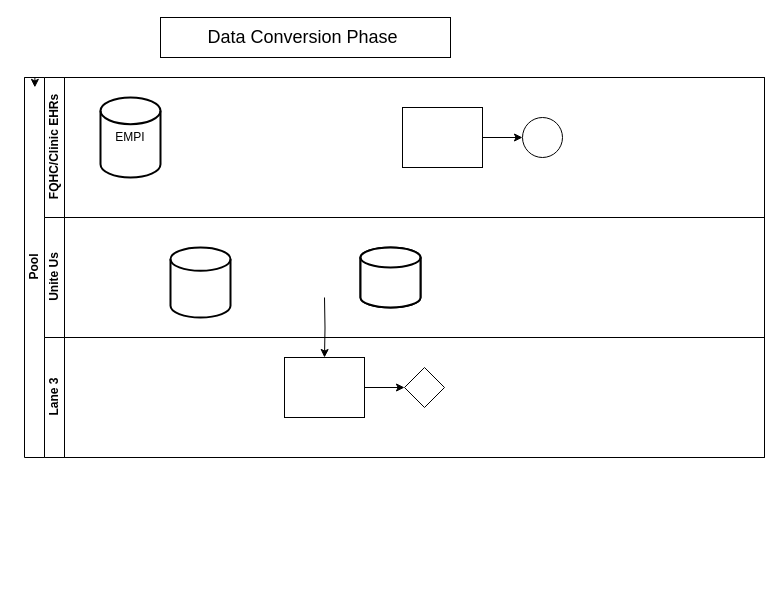
This is Untitled Diagram.drawio from 4SaferVC/SaferRepo, a draw.io file, before an edit. Source tidied: cells renumbered, new cells numbered last; positions are measured from the earlier drawing's top-left corner, leaving out a move shared by most shapes. Both pictures are drawn from the tidied source at 100%, with x=0, y=0 at pixel (24, 17).
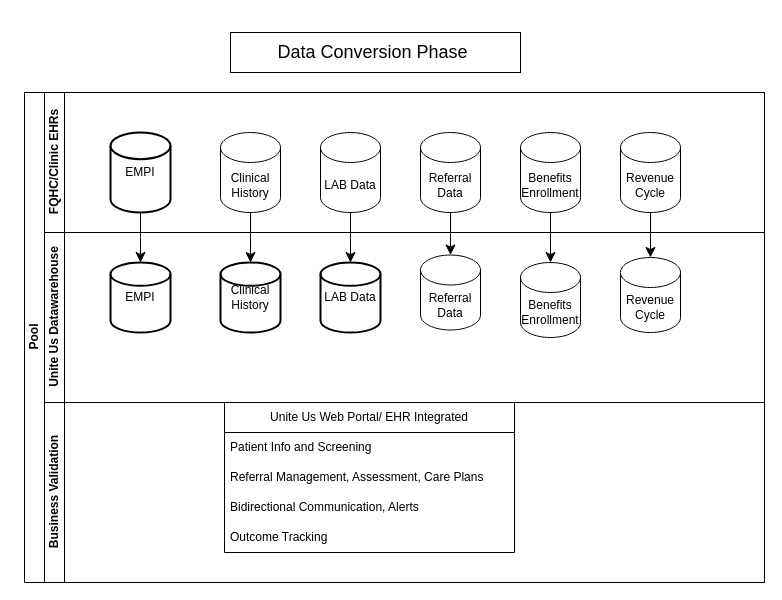
After the change.

The edit, as a diff of the source:
```diff
@@
-    <mxCell id="2" value="Pool" style="swimlane;html=1;horizontal=0;startSize=20;" parent="1" vertex="1">
-      <mxGeometry y="60" width="740" height="380" as="geometry" />
+    <mxCell id="2" value="Pool" style="swimlane;html=1;horizontal=0;startSize=20;flipV=1;" parent="1" vertex="1">
+      <mxGeometry y="75" width="740" height="490" as="geometry" />
     </mxCell>
-    <mxCell id="3" style="edgeStyle=orthogonalEdgeStyle;rounded=0;jettySize=auto;html=1;endArrow=classic;endFill=1;" parent="2" edge="1" target="13">
-      <mxGeometry relative="1" as="geometry">
-        <mxPoint x="300" y="220" as="sourcePoint" />
-      </mxGeometry>
-    </mxCell>
-    <mxCell id="4" value="FQHC/Clinic EHRs" style="swimlane;html=1;startSize=20;horizontal=0;" parent="2" vertex="1">
+    <mxCell id="4" value="FQHC/Clinic EHRs" style="swimlane;html=1;startSize=20;horizontal=0;flipV=1;" parent="2" vertex="1">
       <mxGeometry x="20" width="720" height="140" as="geometry" />
     </mxCell>
-    <mxCell id="5" style="edgeStyle=orthogonalEdgeStyle;rounded=0;jettySize=auto;html=1;endArrow=classic;endFill=1;" parent="4" edge="1" source="6" target="7">
-      <mxGeometry relative="1" as="geometry" />
-    </mxCell>
-    <mxCell id="6" style="rounded=0;whiteSpace=wrap;html=1;fontFamily=Helvetica;fontSize=12;fontColor=#000000;align=center;" parent="4" vertex="1">
-      <mxGeometry x="358" y="30" width="80" height="60" as="geometry" />
-    </mxCell>
-    <mxCell id="7" style="ellipse;whiteSpace=wrap;html=1;" parent="4" vertex="1">
-      <mxGeometry x="478" y="40" width="40" height="40" as="geometry" />
-    </mxCell>
     <mxCell id="8" value="EMPI" style="strokeWidth=2;html=1;shape=mxgraph.flowchart.database;whiteSpace=wrap;" parent="4" vertex="1">
-      <mxGeometry x="56" y="20" width="60" height="80" as="geometry" />
+      <mxGeometry x="66" y="40" width="60" height="80" as="geometry" />
     </mxCell>
+    <mxCell id="19" value="Clinical History" style="shape=cylinder3;whiteSpace=wrap;html=1;boundedLbl=1;backgroundOutline=1;size=15;" parent="4" vertex="1">
+      <mxGeometry x="176" y="40" width="60" height="80" as="geometry" />
+    </mxCell>
+    <mxCell id="20" value="LAB Data" style="shape=cylinder3;whiteSpace=wrap;html=1;boundedLbl=1;backgroundOutline=1;size=15;" parent="4" vertex="1">
+      <mxGeometry x="276" y="40" width="60" height="80" as="geometry" />
+    </mxCell>
+    <mxCell id="21" value="Referral Data" style="shape=cylinder3;whiteSpace=wrap;html=1;boundedLbl=1;backgroundOutline=1;size=15;" parent="4" vertex="1">
+      <mxGeometry x="376" y="40" width="60" height="80" as="geometry" />
+    </mxCell>
+    <mxCell id="22" value="Benefits&lt;div&gt;Enrollment&lt;/div&gt;" style="shape=cylinder3;whiteSpace=wrap;html=1;boundedLbl=1;backgroundOutline=1;size=15;" parent="4" vertex="1">
+      <mxGeometry x="476" y="40" width="60" height="80" as="geometry" />
+    </mxCell>
+    <mxCell id="23" value="Revenue Cycle" style="shape=cylinder3;whiteSpace=wrap;html=1;boundedLbl=1;backgroundOutline=1;size=15;" parent="4" vertex="1">
+      <mxGeometry x="576" y="40" width="60" height="80" as="geometry" />
+    </mxCell>
+    <mxCell id="24" style="edgeStyle=elbowEdgeStyle;elbow=horizontal;endArrow=classic;html=1;curved=0;rounded=0;endSize=8;startSize=8;entryX=0.5;entryY=0;entryDx=0;entryDy=0;entryPerimeter=0;" parent="4" edge="1" source="22">
+      <mxGeometry relative="1" as="geometry">
+        <mxPoint x="505.5" y="170" as="targetPoint" />
+        <Array as="points">
+          <mxPoint x="506" y="170" />
+        </Array>
+      </mxGeometry>
+    </mxCell>
-    <mxCell id="9" value="Unite Us" style="swimlane;html=1;startSize=20;horizontal=0;" parent="2" vertex="1">
-      <mxGeometry x="20" y="140" width="720" height="120" as="geometry" />
+    <mxCell id="9" value="Unite Us Datawarehouse" style="swimlane;html=1;startSize=20;horizontal=0;" parent="2" vertex="1">
+      <mxGeometry x="20" y="140" width="720" height="170" as="geometry" />
     </mxCell>
-    <mxCell id="10" style="strokeWidth=2;html=1;shape=mxgraph.flowchart.database;whiteSpace=wrap;" parent="9" vertex="1">
-      <mxGeometry x="126" y="30" width="60" height="70" as="geometry" />
+    <mxCell id="10" value="EMPI" style="strokeWidth=2;html=1;shape=mxgraph.flowchart.database;whiteSpace=wrap;" parent="9" vertex="1">
+      <mxGeometry x="66" y="30" width="60" height="70" as="geometry" />
     </mxCell>
+    <mxCell id="16" value="Clinical History" style="strokeWidth=2;html=1;shape=mxgraph.flowchart.database;whiteSpace=wrap;" parent="9" vertex="1">
+      <mxGeometry x="176" y="30" width="60" height="70" as="geometry" />
+    </mxCell>
+    <mxCell id="15" value="LAB Data" style="strokeWidth=2;html=1;shape=mxgraph.flowchart.database;whiteSpace=wrap;" parent="9" vertex="1">
+      <mxGeometry x="276" y="30" width="60" height="70" as="geometry" />
+    </mxCell>
+    <mxCell id="25" value="Referral Data" style="shape=cylinder3;whiteSpace=wrap;html=1;boundedLbl=1;backgroundOutline=1;size=15;" parent="9" vertex="1">
+      <mxGeometry x="376" y="22.5" width="60" height="75" as="geometry" />
+    </mxCell>
+    <mxCell id="26" value="Benefits&lt;div&gt;Enrollment&lt;/div&gt;" style="shape=cylinder3;whiteSpace=wrap;html=1;boundedLbl=1;backgroundOutline=1;size=15;" parent="9" vertex="1">
+      <mxGeometry x="476" y="30" width="60" height="75" as="geometry" />
+    </mxCell>
+    <mxCell id="27" value="Revenue Cycle" style="shape=cylinder3;whiteSpace=wrap;html=1;boundedLbl=1;backgroundOutline=1;size=15;" parent="9" vertex="1">
+      <mxGeometry x="576" y="25" width="60" height="75" as="geometry" />
+    </mxCell>
-    <mxCell id="11" value="Lane 3" style="swimlane;html=1;startSize=20;horizontal=0;" parent="2" vertex="1">
-      <mxGeometry x="20" y="260" width="720" height="120" as="geometry" />
+    <mxCell id="11" value="Business Validation" style="swimlane;html=1;startSize=20;horizontal=0;" parent="2" vertex="1">
+      <mxGeometry x="20" y="310" width="720" height="180" as="geometry" />
     </mxCell>
-    <mxCell id="12" style="edgeStyle=orthogonalEdgeStyle;rounded=0;jettySize=auto;html=1;endArrow=classic;endFill=1;" parent="11" edge="1" source="13" target="14">
-      <mxGeometry relative="1" as="geometry" />
-    </mxCell>
-    <mxCell id="13" style="rounded=0;whiteSpace=wrap;html=1;fontFamily=Helvetica;fontSize=12;fontColor=#000000;align=center;" parent="11" vertex="1">
-      <mxGeometry x="240" y="20" width="80" height="60" as="geometry" />
-    </mxCell>
-    <mxCell id="14" style="rhombus;whiteSpace=wrap;html=1;fontFamily=Helvetica;fontSize=12;fontColor=#000000;align=center;" parent="11" vertex="1">
-      <mxGeometry x="360" y="30" width="40" height="40" as="geometry" />
-    </mxCell>
-    <mxCell id="15" style="strokeWidth=2;html=1;shape=mxgraph.flowchart.database;whiteSpace=wrap;" parent="1" vertex="1">
-      <mxGeometry x="336" y="230" width="60" height="60" as="geometry" />
-    </mxCell>
-    <mxCell id="16" style="strokeWidth=2;html=1;shape=mxgraph.flowchart.database;whiteSpace=wrap;" parent="1" vertex="1">
-      <mxGeometry x="336" y="230" width="60" height="60" as="geometry" />
-    </mxCell>
-    <mxCell id="17" style="edgeStyle=orthogonalEdgeStyle;rounded=0;orthogonalLoop=1;jettySize=auto;html=1;exitX=0;exitY=0;exitDx=0;exitDy=0;entryX=0.014;entryY=0.026;entryDx=0;entryDy=0;entryPerimeter=0;" parent="1" edge="1" source="2" target="2">
-      <mxGeometry relative="1" as="geometry" />
-    </mxCell>
+    <mxCell id="28" value="Unite Us Web Portal/ EHR Integrated" style="swimlane;fontStyle=0;horizontal=1;startSize=30;whiteSpace=wrap;html=1;" parent="11" vertex="1">
+      <mxGeometry x="180" width="290" height="150" as="geometry" />
+    </mxCell>
+    <mxCell id="29" value="Patient Info and Screening" style="text;strokeColor=none;fillColor=none;align=left;verticalAlign=middle;spacingLeft=4;spacingRight=4;overflow=hidden;whiteSpace=wrap;html=1;" parent="28" vertex="1">
+      <mxGeometry y="30" width="290" height="30" as="geometry" />
+    </mxCell>
+    <mxCell id="30" value="Referral Management, Assessment, Care Plans" style="text;strokeColor=none;fillColor=none;align=left;verticalAlign=middle;spacingLeft=4;spacingRight=4;overflow=hidden;whiteSpace=wrap;html=1;" parent="28" vertex="1">
+      <mxGeometry y="60" width="290" height="30" as="geometry" />
+    </mxCell>
+    <mxCell id="31" value="Bidirectional Communication, Alerts" style="text;strokeColor=none;fillColor=none;align=left;verticalAlign=middle;spacingLeft=4;spacingRight=4;overflow=hidden;whiteSpace=wrap;html=1;" parent="28" vertex="1">
+      <mxGeometry y="90" width="290" height="30" as="geometry" />
+    </mxCell>
+    <mxCell id="32" value="Outcome Tracking" style="text;strokeColor=none;fillColor=none;align=left;verticalAlign=middle;spacingLeft=4;spacingRight=4;overflow=hidden;whiteSpace=wrap;html=1;" parent="28" vertex="1">
+      <mxGeometry y="120" width="290" height="30" as="geometry" />
+    </mxCell>
+    <mxCell id="33" style="edgeStyle=elbowEdgeStyle;elbow=horizontal;endArrow=classic;html=1;curved=0;rounded=0;endSize=8;startSize=8;entryX=0.5;entryY=0;entryDx=0;entryDy=0;entryPerimeter=0;exitX=0.5;exitY=1;exitDx=0;exitDy=0;exitPerimeter=0;" parent="2" edge="1" source="8" target="10">
+      <mxGeometry relative="1" as="geometry" />
+    </mxCell>
+    <mxCell id="34" style="edgeStyle=elbowEdgeStyle;elbow=horizontal;endArrow=classic;html=1;curved=0;rounded=0;endSize=8;startSize=8;entryX=0.492;entryY=0;entryDx=0;entryDy=0;entryPerimeter=0;" parent="2" edge="1" source="19" target="16">
+      <mxGeometry relative="1" as="geometry" />
+    </mxCell>
+    <mxCell id="35" style="edgeStyle=elbowEdgeStyle;elbow=horizontal;endArrow=classic;html=1;curved=0;rounded=0;endSize=8;startSize=8;" parent="2" edge="1" source="20" target="15">
+      <mxGeometry relative="1" as="geometry" />
+    </mxCell>
+    <mxCell id="36" style="edgeStyle=elbowEdgeStyle;elbow=horizontal;endArrow=classic;html=1;curved=0;rounded=0;endSize=8;startSize=8;entryX=0.5;entryY=0;entryDx=0;entryDy=0;entryPerimeter=0;" parent="2" edge="1" source="21" target="25">
+      <mxGeometry relative="1" as="geometry" />
+    </mxCell>
+    <mxCell id="37" style="edgeStyle=elbowEdgeStyle;elbow=horizontal;endArrow=classic;html=1;curved=0;rounded=0;endSize=8;startSize=8;" parent="2" edge="1" source="23" target="27">
+      <mxGeometry relative="1" as="geometry" />
+    </mxCell>
     <mxCell id="18" value="Data Conversion Phase&amp;nbsp;" style="rounded=0;whiteSpace=wrap;html=1;fontSize=18;" parent="1" vertex="1">
-      <mxGeometry x="136" width="290" height="40" as="geometry" />
+      <mxGeometry x="206" y="15" width="290" height="40" as="geometry" />
     </mxCell>
```
